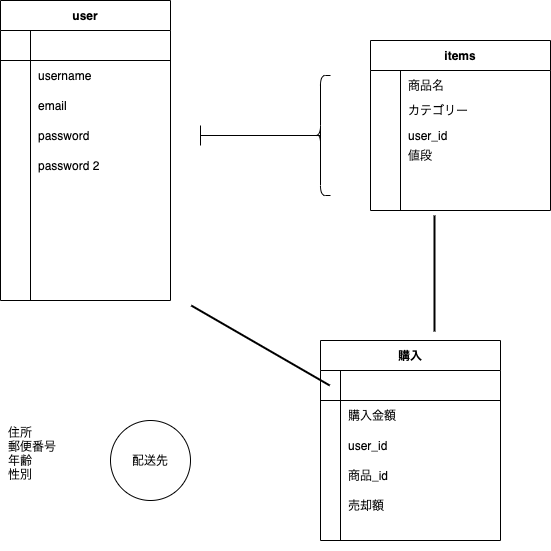
Before: er.drawio.png, a diagram exported from draw.io (abetatsu5466/furima-35389). Source tidied: cells renumbered, new cells last; positions are measured from the earlier drawing's top-left corner, leaving out a move shared by most shapes.
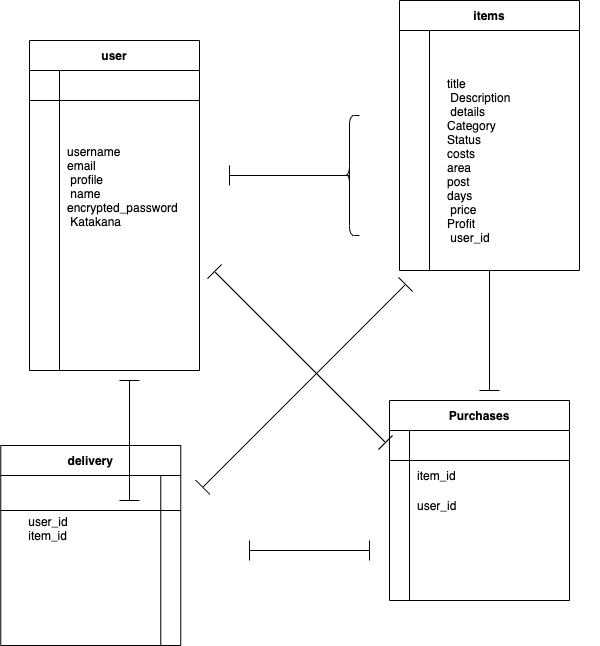
Above is the later version.

Change to the diagram source:
```diff
@@ -3,7 +3,7 @@
     <mxCell id="0" />
     <mxCell id="1" parent="0" />
     <mxCell id="2" value="user" style="shape=table;startSize=30;rowLines=0;fontStyle=1;align=center;" parent="1" vertex="1">
-      <mxGeometry width="170" height="300" as="geometry" />
+      <mxGeometry width="170" height="330" as="geometry" />
     </mxCell>
     <mxCell id="3" style="shape=partialRectangle;fillColor=none;top=0;left=0;bottom=1;right=0;" parent="2" vertex="1">
       <mxGeometry y="30" width="170" height="30" as="geometry" />
@@ -20,7 +20,7 @@
     <mxCell id="7" style="shape=partialRectangle;fillColor=none;top=0;left=0;bottom=0;right=0;overflow=hidden;" parent="6" vertex="1">
       <mxGeometry width="30" height="30" as="geometry" />
     </mxCell>
-    <mxCell id="8" value="username" style="shape=partialRectangle;fillColor=none;top=0;left=0;bottom=0;right=0;align=left;spacingLeft=6;overflow=hidden;" parent="6" vertex="1">
+    <mxCell id="8" style="shape=partialRectangle;fillColor=none;top=0;left=0;bottom=0;right=0;align=left;spacingLeft=6;overflow=hidden;" parent="6" vertex="1">
       <mxGeometry x="30" width="140" height="30" as="geometry" />
     </mxCell>
     <mxCell id="9" style="shape=partialRectangle;fillColor=none;top=0;left=0;bottom=0;right=0;" parent="2" vertex="1">
@@ -29,7 +29,7 @@
     <mxCell id="10" style="shape=partialRectangle;fillColor=none;top=0;left=0;bottom=0;right=0;overflow=hidden;" parent="9" vertex="1">
       <mxGeometry width="30" height="30" as="geometry" />
     </mxCell>
-    <mxCell id="11" value="email" style="shape=partialRectangle;fillColor=none;top=0;left=0;bottom=0;right=0;align=left;spacingLeft=6;overflow=hidden;" parent="9" vertex="1">
+    <mxCell id="11" style="shape=partialRectangle;fillColor=none;top=0;left=0;bottom=0;right=0;align=left;spacingLeft=6;overflow=hidden;" parent="9" vertex="1">
       <mxGeometry x="30" width="140" height="30" as="geometry" />
     </mxCell>
     <mxCell id="12" style="shape=partialRectangle;fillColor=none;top=0;left=0;bottom=0;right=0;" parent="2" vertex="1">
@@ -38,14 +38,20 @@
     <mxCell id="13" style="shape=partialRectangle;fillColor=none;top=0;left=0;bottom=0;right=0;overflow=hidden;" parent="12" vertex="1">
       <mxGeometry width="30" height="30" as="geometry" />
     </mxCell>
-    <mxCell id="14" value="password" style="shape=partialRectangle;fillColor=none;top=0;left=0;bottom=0;right=0;align=left;spacingLeft=6;overflow=hidden;" parent="12" vertex="1">
+    <mxCell id="14" style="shape=partialRectangle;fillColor=none;top=0;left=0;bottom=0;right=0;align=left;spacingLeft=6;overflow=hidden;" parent="12" vertex="1">
       <mxGeometry x="30" width="140" height="30" as="geometry" />
     </mxCell>
-    <mxCell id="15" value="password 2" style="shape=partialRectangle;fillColor=none;top=0;left=0;bottom=0;right=0;align=left;spacingLeft=6;overflow=hidden;" parent="1" vertex="1">
-      <mxGeometry x="30" y="150" width="150" height="30" as="geometry" />
-    </mxCell>
+    <mxCell id="48" style="shape=partialRectangle;fillColor=none;top=0;left=0;bottom=0;right=0;" parent="2" vertex="1">
+      <mxGeometry y="150" width="170" height="30" as="geometry" />
+    </mxCell>
+    <mxCell id="49" style="shape=partialRectangle;fillColor=none;top=0;left=0;bottom=0;right=0;overflow=hidden;" parent="48" vertex="1">
+      <mxGeometry width="30" height="30" as="geometry" />
+    </mxCell>
+    <mxCell id="50" style="shape=partialRectangle;fillColor=none;top=0;left=0;bottom=0;right=0;align=left;spacingLeft=6;overflow=hidden;" parent="48" vertex="1">
+      <mxGeometry x="30" width="140" height="30" as="geometry" />
+    </mxCell>
-    <mxCell id="16" value="購入" style="shape=table;startSize=30;rowLines=0;fontStyle=1;align=center;" parent="1" vertex="1">
-      <mxGeometry x="320" y="340" width="180" height="200" as="geometry" />
+    <mxCell id="16" value="Purchases" style="shape=table;startSize=30;rowLines=0;fontStyle=1;align=center;" parent="1" vertex="1">
+      <mxGeometry x="360" y="360" width="180" height="200" as="geometry" />
     </mxCell>
     <mxCell id="17" style="shape=partialRectangle;fillColor=none;top=0;left=0;bottom=1;right=0;" parent="16" vertex="1">
       <mxGeometry y="30" width="180" height="30" as="geometry" />
@@ -62,7 +68,7 @@
     <mxCell id="21" style="shape=partialRectangle;fillColor=none;top=0;left=0;bottom=0;right=0;overflow=hidden;" parent="20" vertex="1">
       <mxGeometry width="20" height="30" as="geometry" />
     </mxCell>
-    <mxCell id="22" value="購入金額" style="shape=partialRectangle;fillColor=none;top=0;left=0;bottom=0;right=0;align=left;spacingLeft=6;overflow=hidden;" parent="20" vertex="1">
+    <mxCell id="22" value="item_id" style="shape=partialRectangle;fillColor=none;top=0;left=0;bottom=0;right=0;align=left;spacingLeft=6;overflow=hidden;" parent="20" vertex="1">
       <mxGeometry x="20" width="160" height="30" as="geometry" />
     </mxCell>
     <mxCell id="23" style="shape=partialRectangle;fillColor=none;top=0;left=0;bottom=0;right=0;" parent="16" vertex="1">
@@ -80,11 +86,11 @@
     <mxCell id="27" style="shape=partialRectangle;fillColor=none;top=0;left=0;bottom=0;right=0;overflow=hidden;" parent="26" vertex="1">
       <mxGeometry width="20" height="30" as="geometry" />
     </mxCell>
-    <mxCell id="28" value="商品_id" style="shape=partialRectangle;fillColor=none;top=0;left=0;bottom=0;right=0;align=left;spacingLeft=6;overflow=hidden;" parent="26" vertex="1">
+    <mxCell id="28" style="shape=partialRectangle;fillColor=none;top=0;left=0;bottom=0;right=0;align=left;spacingLeft=6;overflow=hidden;" parent="26" vertex="1">
       <mxGeometry x="20" width="160" height="30" as="geometry" />
     </mxCell>
     <mxCell id="29" value="items" style="shape=table;startSize=30;rowLines=0;fontStyle=1;align=center;" parent="1" vertex="1">
-      <mxGeometry x="370" y="40" width="180" height="170" as="geometry" />
+      <mxGeometry x="370" y="-40" width="180" height="270" as="geometry" />
     </mxCell>
     <mxCell id="30" style="shape=partialRectangle;fillColor=none;top=0;left=0;bottom=0;right=0;" parent="29" vertex="1">
       <mxGeometry y="30" width="180" height="30" as="geometry" />
@@ -92,7 +98,7 @@
     <mxCell id="31" style="shape=partialRectangle;fillColor=none;top=0;left=0;bottom=0;right=0;overflow=hidden;" parent="30" vertex="1">
       <mxGeometry width="30" height="30" as="geometry" />
     </mxCell>
-    <mxCell id="32" value="商品名" style="shape=partialRectangle;fillColor=none;top=0;left=0;bottom=0;right=0;align=left;spacingLeft=6;overflow=hidden;" parent="30" vertex="1">
+    <mxCell id="32" style="shape=partialRectangle;fillColor=none;top=0;left=0;bottom=0;right=0;align=left;spacingLeft=6;overflow=hidden;" parent="30" vertex="1">
       <mxGeometry x="30" width="150" height="30" as="geometry" />
     </mxCell>
     <mxCell id="33" style="shape=partialRectangle;fillColor=none;top=0;left=0;bottom=0;right=0;" parent="29" vertex="1">
@@ -101,44 +107,92 @@
     <mxCell id="34" style="shape=partialRectangle;fillColor=none;top=0;left=0;bottom=0;right=0;overflow=hidden;" parent="33" vertex="1">
       <mxGeometry width="30" height="20" as="geometry" />
     </mxCell>
-    <mxCell id="35" value="カテゴリー" style="shape=partialRectangle;fillColor=none;top=0;left=0;bottom=0;right=0;align=left;spacingLeft=6;overflow=hidden;" parent="33" vertex="1">
+    <mxCell id="35" style="shape=partialRectangle;fillColor=none;top=0;left=0;bottom=0;right=0;align=left;spacingLeft=6;overflow=hidden;" parent="33" vertex="1">
       <mxGeometry x="30" width="150" height="20" as="geometry" />
     </mxCell>
+    <mxCell id="51" style="shape=partialRectangle;fillColor=none;top=0;left=0;bottom=0;right=0;" parent="29" vertex="1">
+      <mxGeometry y="80" width="180" height="20" as="geometry" />
+    </mxCell>
+    <mxCell id="52" style="shape=partialRectangle;fillColor=none;top=0;left=0;bottom=0;right=0;overflow=hidden;" parent="51" vertex="1">
+      <mxGeometry width="30" height="20" as="geometry" />
+    </mxCell>
+    <mxCell id="53" style="shape=partialRectangle;fillColor=none;top=0;left=0;bottom=0;right=0;align=left;spacingLeft=6;overflow=hidden;" parent="51" vertex="1">
+      <mxGeometry x="30" width="150" height="20" as="geometry" />
+    </mxCell>
     <mxCell id="36" style="shape=partialRectangle;fillColor=none;top=0;left=0;bottom=0;right=0;" parent="29" vertex="1">
-      <mxGeometry y="80" width="180" height="30" as="geometry" />
+      <mxGeometry y="100" width="180" height="30" as="geometry" />
     </mxCell>
     <mxCell id="37" style="shape=partialRectangle;fillColor=none;top=0;left=0;bottom=0;right=0;overflow=hidden;" parent="36" vertex="1">
       <mxGeometry width="30" height="30" as="geometry" />
     </mxCell>
-    <mxCell id="38" value="user_id" style="shape=partialRectangle;fillColor=none;top=0;left=0;bottom=0;right=0;align=left;spacingLeft=6;overflow=hidden;" parent="36" vertex="1">
+    <mxCell id="38" style="shape=partialRectangle;fillColor=none;top=0;left=0;bottom=0;right=0;align=left;spacingLeft=6;overflow=hidden;" parent="36" vertex="1">
       <mxGeometry x="30" width="150" height="30" as="geometry" />
     </mxCell>
-    <mxCell id="39" value="値段" style="shape=partialRectangle;fillColor=none;top=0;left=0;bottom=0;right=0;align=left;spacingLeft=6;overflow=hidden;" parent="1" vertex="1">
-      <mxGeometry x="400" y="145" width="150" height="20" as="geometry" />
-    </mxCell>
-    <mxCell id="40" value="住所&#10;郵便番号&#10;年齢&#10;性別&#10;" style="shape=partialRectangle;fillColor=none;top=0;left=0;bottom=0;right=0;align=left;spacingLeft=6;overflow=hidden;" parent="1" vertex="1">
-      <mxGeometry y="420" width="150" height="80" as="geometry" />
+    <mxCell id="40" value="username&#10;email&#10; profile &#10; name&#10;encrypted_password&#10; Katakana&#10;&#10;" style="shape=partialRectangle;fillColor=none;top=0;left=0;bottom=0;right=0;align=left;spacingLeft=6;overflow=hidden;" parent="1" vertex="1">
+      <mxGeometry x="30" y="70" width="150" height="180" as="geometry" />
     </mxCell>
-    <mxCell id="41" value="配送先" style="ellipse;whiteSpace=wrap;html=1;" parent="1" vertex="1">
-      <mxGeometry x="110" y="420" width="80" height="80" as="geometry" />
-    </mxCell>
     <mxCell id="42" style="shape=crossbar;whiteSpace=wrap;html=1;rounded=1;" parent="1" vertex="1">
       <mxGeometry x="200" y="125" width="120" height="20" as="geometry" />
     </mxCell>
     <mxCell id="43" style="shape=curlyBracket;whiteSpace=wrap;html=1;rounded=1;size=0.5;" parent="1" vertex="1">
       <mxGeometry x="310" y="75" width="20" height="120" as="geometry" />
     </mxCell>
-    <mxCell id="44" style="line;strokeWidth=2;html=1;rotation=30;" parent="1" vertex="1">
-      <mxGeometry x="180" y="340" width="160" height="10" as="geometry" />
-    </mxCell>
-    <mxCell id="45" style="line;strokeWidth=2;html=1;rotation=90;" parent="1" vertex="1">
-      <mxGeometry x="376" y="268" width="116" height="10" as="geometry" />
-    </mxCell>
     <mxCell id="46" style="shape=partialRectangle;fillColor=none;top=0;left=0;bottom=0;right=0;align=left;spacingLeft=6;overflow=hidden;" parent="1" vertex="1">
-      <mxGeometry x="332" y="520" width="160" height="30" as="geometry" />
+      <mxGeometry x="194" y="430" width="160" height="30" as="geometry" />
     </mxCell>
-    <mxCell id="47" value="売却額" style="shape=partialRectangle;fillColor=none;top=0;left=0;bottom=0;right=0;align=left;spacingLeft=6;overflow=hidden;" parent="1" vertex="1">
+    <mxCell id="47" style="shape=partialRectangle;fillColor=none;top=0;left=0;bottom=0;right=0;align=left;spacingLeft=6;overflow=hidden;" parent="1" vertex="1">
       <mxGeometry x="340" y="490" width="160" height="30" as="geometry" />
     </mxCell>
+    <mxCell id="54" value="user_id&#10;item_id&#10;" style="shape=partialRectangle;fillColor=none;top=0;left=0;bottom=0;right=0;align=left;spacingLeft=6;overflow=hidden;" parent="1" vertex="1">
+      <mxGeometry x="-8.8" y="450" width="140" height="90" as="geometry" />
+    </mxCell>
+    <mxCell id="55" style="shape=partialRectangle;fillColor=none;top=0;left=0;bottom=0;right=0;align=left;spacingLeft=6;overflow=hidden;" parent="1" vertex="1">
+      <mxGeometry x="400" y="165" width="140" height="30" as="geometry" />
+    </mxCell>
+    <mxCell id="56" value="delivery" style="shape=table;startSize=30;rowLines=0;fontStyle=1;align=center;" parent="1" vertex="1">
+      <mxGeometry x="-28.8" y="405" width="180" height="200" as="geometry" />
+    </mxCell>
+    <mxCell id="57" style="shape=partialRectangle;fillColor=none;top=0;left=0;bottom=1;right=0;" parent="56" vertex="1">
+      <mxGeometry y="30" width="180" height="35" as="geometry" />
+    </mxCell>
+    <mxCell id="58" style="shape=partialRectangle;fillColor=none;top=0;left=0;bottom=0;right=0;fontStyle=1;overflow=hidden;" parent="57" vertex="1">
+      <mxGeometry width="160" height="35" as="geometry" />
+    </mxCell>
+    <mxCell id="59" style="shape=partialRectangle;fillColor=none;top=0;left=0;bottom=0;right=0;align=left;spacingLeft=6;fontStyle=5;overflow=hidden;" parent="57" vertex="1">
+      <mxGeometry x="160" width="20" height="35" as="geometry" />
+    </mxCell>
+    <mxCell id="60" style="shape=partialRectangle;fillColor=none;top=0;left=0;bottom=0;right=0;" parent="56" vertex="1">
+      <mxGeometry y="65" width="180" height="25" as="geometry" />
+    </mxCell>
+    <mxCell id="61" style="shape=partialRectangle;fillColor=none;top=0;left=0;bottom=0;right=0;overflow=hidden;" parent="60" vertex="1">
+      <mxGeometry width="160" height="25" as="geometry" />
+    </mxCell>
+    <mxCell id="62" style="shape=partialRectangle;fillColor=none;top=0;left=0;bottom=0;right=0;align=left;spacingLeft=6;overflow=hidden;" parent="60" vertex="1">
+      <mxGeometry x="160" width="20" height="25" as="geometry" />
+    </mxCell>
+    <mxCell id="63" style="edgeStyle=orthogonalEdgeStyle;rounded=0;orthogonalLoop=1;jettySize=auto;html=1;exitX=0.5;exitY=1;exitDx=0;exitDy=0;" parent="1" edge="1">
+      <mxGeometry relative="1" as="geometry">
+        <mxPoint x="485" y="225" as="sourcePoint" />
+        <mxPoint x="485" y="225" as="targetPoint" />
+      </mxGeometry>
+    </mxCell>
+    <mxCell id="64" value="title &#10; Description &#10; details &#10;Category &#10;Status &#10;costs &#10;area &#10;post &#10;days &#10; price &#10;Profit &#10; user_id " style="shape=partialRectangle;fillColor=none;top=0;left=0;bottom=0;right=0;align=left;spacingLeft=6;overflow=hidden;" parent="1" vertex="1">
+      <mxGeometry x="410" y="20" width="160" height="200" as="geometry" />
+    </mxCell>
+    <mxCell id="65" style="shape=crossbar;whiteSpace=wrap;html=1;rounded=1;" parent="1" vertex="1">
+      <mxGeometry x="220" y="500" width="120" height="20" as="geometry" />
+    </mxCell>
+    <mxCell id="66" style="shape=crossbar;whiteSpace=wrap;html=1;rounded=1;rotation=90;" parent="1" vertex="1">
+      <mxGeometry x="40" y="390" width="120" height="20" as="geometry" />
+    </mxCell>
+    <mxCell id="67" style="shape=crossbar;whiteSpace=wrap;html=1;rounded=1;rotation=90;" parent="1" vertex="1">
+      <mxGeometry x="400" y="280" width="120" height="20" as="geometry" />
+    </mxCell>
+    <mxCell id="68" style="shape=crossbar;whiteSpace=wrap;html=1;rounded=1;rotation=-45;" parent="1" vertex="1">
+      <mxGeometry x="131.2" y="335.3" width="286.8" height="20" as="geometry" />
+    </mxCell>
+    <mxCell id="69" style="shape=crossbar;whiteSpace=wrap;html=1;rounded=1;rotation=45;" parent="1" vertex="1">
+      <mxGeometry x="149.6" y="306.5" width="241.8" height="20" as="geometry" />
+    </mxCell>
   </root>
 </mxGraphModel>
```
